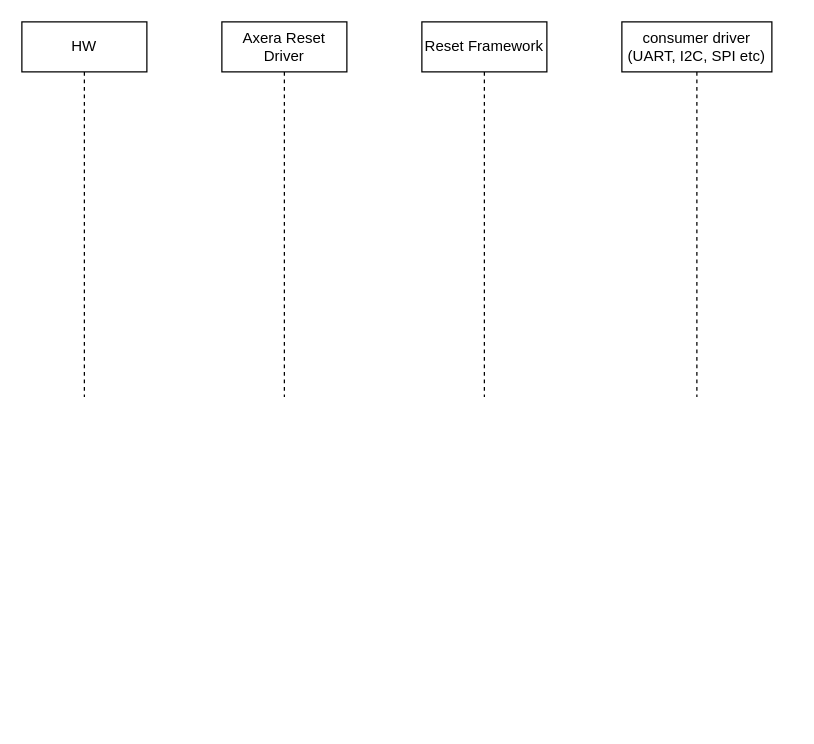
Above: drawio/reset_uml.drawio in chasinglulu/tools (draw.io), before the change. Source tidied: cells renumbered, new cells numbered last; positions are measured from the earlier drawing's top-left corner, leaving out a move shared by most shapes. Both pictures are drawn from the tidied source at 125%, with x=0, y=0 at pixel (21, 21).
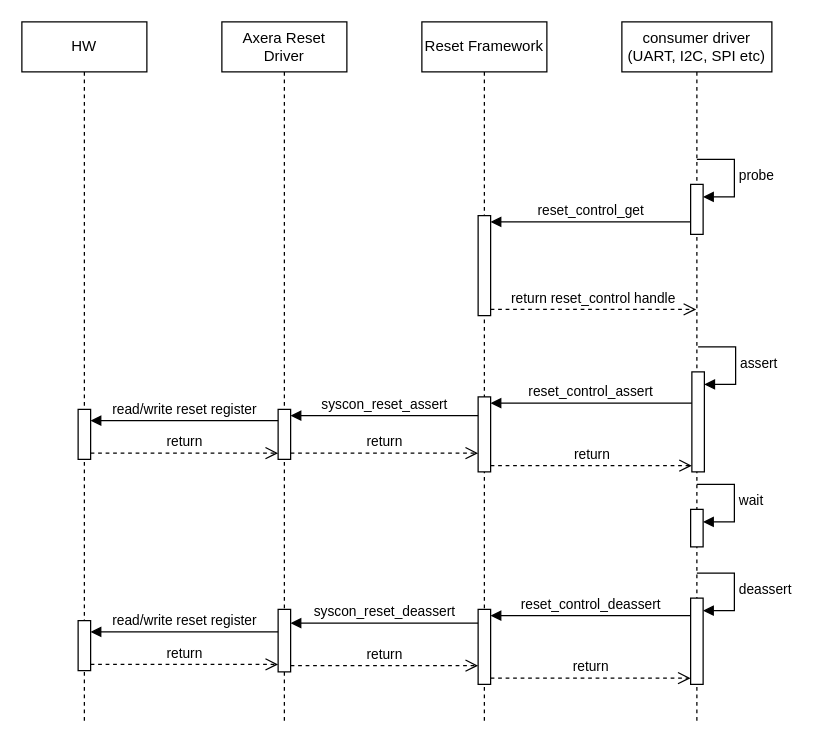
The same diagram, later.

What changed in the source:
```diff
@@
     <mxCell id="2" value="HW" style="shape=umlLifeline;perimeter=lifelinePerimeter;whiteSpace=wrap;html=1;newEdgeStyle={&quot;curved&quot;:0,&quot;rounded&quot;:0};" parent="1" vertex="1">
-      <mxGeometry width="100" height="300" as="geometry" />
+      <mxGeometry width="100" height="560" as="geometry" />
     </mxCell>
+    <mxCell id="6" style="html=1;points=[[0,0,0,0,5],[0,1,0,0,-5],[1,0,0,0,5],[1,1,0,0,-5]];perimeter=orthogonalPerimeter;outlineConnect=0;targetShapes=umlLifeline;portConstraint=eastwest;newEdgeStyle={&quot;curved&quot;:0,&quot;rounded&quot;:0};" parent="2" vertex="1">
+      <mxGeometry x="45" y="310" width="10" height="40" as="geometry" />
+    </mxCell>
     <mxCell id="3" value="Axera Reset Driver" style="shape=umlLifeline;perimeter=lifelinePerimeter;whiteSpace=wrap;html=1;newEdgeStyle={&quot;curved&quot;:0,&quot;rounded&quot;:0};" parent="1" vertex="1">
-      <mxGeometry x="160" width="100" height="300" as="geometry" />
+      <mxGeometry x="160" width="100" height="560" as="geometry" />
     </mxCell>
+    <mxCell id="7" style="html=1;points=[[0,0,0,0,5],[0,1,0,0,-5],[1,0,0,0,5],[1,1,0,0,-5]];perimeter=orthogonalPerimeter;outlineConnect=0;targetShapes=umlLifeline;portConstraint=eastwest;newEdgeStyle={&quot;curved&quot;:0,&quot;rounded&quot;:0};" parent="3" vertex="1">
+      <mxGeometry x="45" y="470" width="10" height="50" as="geometry" />
+    </mxCell>
     <mxCell id="4" value="Reset Framework" style="shape=umlLifeline;perimeter=lifelinePerimeter;whiteSpace=wrap;html=1;newEdgeStyle={&quot;curved&quot;:0,&quot;rounded&quot;:0};" parent="1" vertex="1">
-      <mxGeometry x="320" width="100" height="300" as="geometry" />
+      <mxGeometry x="320" width="100" height="560" as="geometry" />
     </mxCell>
+    <mxCell id="8" style="html=1;points=[[0,0,0,0,5],[0,1,0,0,-5],[1,0,0,0,5],[1,1,0,0,-5]];perimeter=orthogonalPerimeter;outlineConnect=0;targetShapes=umlLifeline;portConstraint=eastwest;newEdgeStyle={&quot;curved&quot;:0,&quot;rounded&quot;:0};" parent="4" vertex="1">
+      <mxGeometry x="45" y="155" width="10" height="80" as="geometry" />
+    </mxCell>
+    <mxCell id="9" style="html=1;points=[[0,0,0,0,5],[0,1,0,0,-5],[1,0,0,0,5],[1,1,0,0,-5]];perimeter=orthogonalPerimeter;outlineConnect=0;targetShapes=umlLifeline;portConstraint=eastwest;newEdgeStyle={&quot;curved&quot;:0,&quot;rounded&quot;:0};" parent="4" vertex="1">
+      <mxGeometry x="45" y="300" width="10" height="60" as="geometry" />
+    </mxCell>
+    <mxCell id="10" style="html=1;points=[[0,0,0,0,5],[0,1,0,0,-5],[1,0,0,0,5],[1,1,0,0,-5]];perimeter=orthogonalPerimeter;outlineConnect=0;targetShapes=umlLifeline;portConstraint=eastwest;newEdgeStyle={&quot;curved&quot;:0,&quot;rounded&quot;:0};" parent="4" vertex="1">
+      <mxGeometry x="45" y="470" width="10" height="60" as="geometry" />
+    </mxCell>
     <mxCell id="5" value="consumer driver&lt;div&gt;(UART, I2C, SPI etc&lt;span style=&quot;background-color: initial;&quot;&gt;)&lt;/span&gt;&lt;/div&gt;" style="shape=umlLifeline;perimeter=lifelinePerimeter;whiteSpace=wrap;html=1;outlineConnect=0;portConstraint=eastwest;newEdgeStyle={&quot;curved&quot;:0,&quot;rounded&quot;:0};" parent="1" vertex="1">
-      <mxGeometry x="480" width="120" height="300" as="geometry" />
+      <mxGeometry x="480" width="120" height="560" as="geometry" />
     </mxCell>
+    <mxCell id="11" style="html=1;points=[[0,0,0,0,5],[0,1,0,0,-5],[1,0,0,0,5],[1,1,0,0,-5]];perimeter=orthogonalPerimeter;outlineConnect=0;targetShapes=umlLifeline;portConstraint=eastwest;newEdgeStyle={&quot;curved&quot;:0,&quot;rounded&quot;:0};" parent="5" vertex="1">
+      <mxGeometry x="55" y="130" width="10" height="40" as="geometry" />
+    </mxCell>
+    <mxCell id="12" value="probe" style="html=1;align=left;spacingLeft=2;endArrow=block;rounded=0;edgeStyle=orthogonalEdgeStyle;curved=0;rounded=0;" parent="5" edge="1" target="11">
+      <mxGeometry relative="1" as="geometry">
+        <mxPoint x="60" y="110" as="sourcePoint" />
+        <Array as="points">
+          <mxPoint x="90" y="140" />
+        </Array>
+      </mxGeometry>
+    </mxCell>
+    <mxCell id="13" style="html=1;points=[[0,0,0,0,5],[0,1,0,0,-5],[1,0,0,0,5],[1,1,0,0,-5]];perimeter=orthogonalPerimeter;outlineConnect=0;targetShapes=umlLifeline;portConstraint=eastwest;newEdgeStyle={&quot;curved&quot;:0,&quot;rounded&quot;:0};" parent="5" vertex="1">
+      <mxGeometry x="56" y="280" width="10" height="80" as="geometry" />
+    </mxCell>
+    <mxCell id="14" value="assert" style="html=1;align=left;spacingLeft=2;endArrow=block;rounded=0;edgeStyle=orthogonalEdgeStyle;curved=0;rounded=0;" parent="5" edge="1" target="13">
+      <mxGeometry x="0.01" relative="1" as="geometry">
+        <mxPoint x="61" y="260" as="sourcePoint" />
+        <Array as="points">
+          <mxPoint x="91" y="290" />
+        </Array>
+      </mxGeometry>
+    </mxCell>
+    <mxCell id="15" style="html=1;points=[[0,0,0,0,5],[0,1,0,0,-5],[1,0,0,0,5],[1,1,0,0,-5]];perimeter=orthogonalPerimeter;outlineConnect=0;targetShapes=umlLifeline;portConstraint=eastwest;newEdgeStyle={&quot;curved&quot;:0,&quot;rounded&quot;:0};" parent="5" vertex="1">
+      <mxGeometry x="55" y="390" width="10" height="30" as="geometry" />
+    </mxCell>
+    <mxCell id="16" value="wait" style="html=1;align=left;spacingLeft=2;endArrow=block;rounded=0;edgeStyle=orthogonalEdgeStyle;curved=0;rounded=0;" parent="5" edge="1" target="15">
+      <mxGeometry relative="1" as="geometry">
+        <mxPoint x="60" y="370" as="sourcePoint" />
+        <Array as="points">
+          <mxPoint x="90" y="400" />
+        </Array>
+      </mxGeometry>
+    </mxCell>
+    <mxCell id="17" value="reset_control_get" style="html=1;verticalAlign=bottom;endArrow=block;curved=0;rounded=0;entryX=1;entryY=0;entryDx=0;entryDy=5;" parent="1" edge="1" source="11" target="8">
+      <mxGeometry relative="1" as="geometry" />
+    </mxCell>
+    <mxCell id="18" value="return reset_control handle" style="html=1;verticalAlign=bottom;endArrow=open;dashed=1;endSize=8;curved=0;rounded=0;exitX=1;exitY=1;exitDx=0;exitDy=-5;" parent="1" edge="1" source="8" target="5">
+      <mxGeometry relative="1" as="geometry" />
+    </mxCell>
+    <mxCell id="19" value="reset_control_assert" style="html=1;verticalAlign=bottom;endArrow=block;curved=0;rounded=0;entryX=1;entryY=0;entryDx=0;entryDy=5;" parent="1" edge="1" source="13" target="9">
+      <mxGeometry relative="1" as="geometry" />
+    </mxCell>
+    <mxCell id="20" style="html=1;points=[[0,0,0,0,5],[0,1,0,0,-5],[1,0,0,0,5],[1,1,0,0,-5]];perimeter=orthogonalPerimeter;outlineConnect=0;targetShapes=umlLifeline;portConstraint=eastwest;newEdgeStyle={&quot;curved&quot;:0,&quot;rounded&quot;:0};" parent="1" vertex="1">
+      <mxGeometry x="205" y="310" width="10" height="40" as="geometry" />
+    </mxCell>
+    <mxCell id="21" value="syscon_reset_assert" style="html=1;verticalAlign=bottom;endArrow=block;curved=0;rounded=0;entryX=1;entryY=0;entryDx=0;entryDy=5;" parent="1" edge="1" source="9" target="20">
+      <mxGeometry relative="1" as="geometry" />
+    </mxCell>
+    <mxCell id="22" value="return" style="html=1;verticalAlign=bottom;endArrow=open;dashed=1;endSize=8;curved=0;rounded=0;exitX=1;exitY=1;exitDx=0;exitDy=-5;" parent="1" edge="1" source="20" target="9">
+      <mxGeometry relative="1" as="geometry" />
+    </mxCell>
+    <mxCell id="23" value="return" style="html=1;verticalAlign=bottom;endArrow=open;dashed=1;endSize=8;curved=0;rounded=0;exitX=1;exitY=1;exitDx=0;exitDy=-5;entryX=0;entryY=1;entryDx=0;entryDy=-5;entryPerimeter=0;" parent="1" edge="1" source="9" target="13">
+      <mxGeometry relative="1" as="geometry" />
+    </mxCell>
+    <mxCell id="24" value="return" style="html=1;verticalAlign=bottom;endArrow=open;dashed=1;endSize=8;curved=0;rounded=0;exitX=1;exitY=1;exitDx=0;exitDy=-5;" parent="1" edge="1" source="6" target="20">
+      <mxGeometry relative="1" as="geometry" />
+    </mxCell>
+    <mxCell id="25" value="read/write reset register" style="html=1;verticalAlign=bottom;endArrow=block;curved=0;rounded=0;entryX=1;entryY=0;entryDx=0;entryDy=5;exitX=0;exitY=0;exitDx=0;exitDy=5;exitPerimeter=0;" parent="1" edge="1">
+      <mxGeometry relative="1" as="geometry">
+        <mxPoint x="205" y="319" as="sourcePoint" />
+        <mxPoint x="55" y="319" as="targetPoint" />
+      </mxGeometry>
+    </mxCell>
+    <mxCell id="26" style="html=1;points=[[0,0,0,0,5],[0,1,0,0,-5],[1,0,0,0,5],[1,1,0,0,-5]];perimeter=orthogonalPerimeter;outlineConnect=0;targetShapes=umlLifeline;portConstraint=eastwest;newEdgeStyle={&quot;curved&quot;:0,&quot;rounded&quot;:0};" parent="1" vertex="1">
+      <mxGeometry x="535" y="461" width="10" height="69" as="geometry" />
+    </mxCell>
+    <mxCell id="27" value="deassert" style="html=1;align=left;spacingLeft=2;endArrow=block;rounded=0;edgeStyle=orthogonalEdgeStyle;curved=0;rounded=0;" parent="1" edge="1" target="26">
+      <mxGeometry relative="1" as="geometry">
+        <mxPoint x="540" y="441" as="sourcePoint" />
+        <Array as="points">
+          <mxPoint x="570" y="471" />
+        </Array>
+      </mxGeometry>
+    </mxCell>
+    <mxCell id="28" value="reset_control_deassert" style="html=1;verticalAlign=bottom;endArrow=block;curved=0;rounded=0;entryX=1;entryY=0;entryDx=0;entryDy=5;" parent="1" edge="1" source="26" target="10">
+      <mxGeometry relative="1" as="geometry" />
+    </mxCell>
+    <mxCell id="29" value="return" style="html=1;verticalAlign=bottom;endArrow=open;dashed=1;endSize=8;curved=0;rounded=0;exitX=1;exitY=1;exitDx=0;exitDy=-5;" parent="1" edge="1" source="10" target="26">
+      <mxGeometry relative="1" as="geometry" />
+    </mxCell>
+    <mxCell id="30" value="syscon_reset_deassert" style="html=1;verticalAlign=bottom;endArrow=block;curved=0;rounded=0;entryX=1;entryY=0;entryDx=0;entryDy=5;" parent="1" edge="1" source="10">
+      <mxGeometry relative="1" as="geometry">
+        <mxPoint x="215" y="481" as="targetPoint" />
+      </mxGeometry>
+    </mxCell>
+    <mxCell id="31" value="return" style="html=1;verticalAlign=bottom;endArrow=open;dashed=1;endSize=8;curved=0;rounded=0;exitX=1;exitY=1;exitDx=0;exitDy=-5;" parent="1" edge="1" source="7" target="10">
+      <mxGeometry relative="1" as="geometry" />
+    </mxCell>
+    <mxCell id="32" style="html=1;points=[[0,0,0,0,5],[0,1,0,0,-5],[1,0,0,0,5],[1,1,0,0,-5]];perimeter=orthogonalPerimeter;outlineConnect=0;targetShapes=umlLifeline;portConstraint=eastwest;newEdgeStyle={&quot;curved&quot;:0,&quot;rounded&quot;:0};" parent="1" vertex="1">
+      <mxGeometry x="45" y="479" width="10" height="40" as="geometry" />
+    </mxCell>
+    <mxCell id="33" value="return" style="html=1;verticalAlign=bottom;endArrow=open;dashed=1;endSize=8;curved=0;rounded=0;exitX=1;exitY=1;exitDx=0;exitDy=-5;" parent="1" edge="1" source="32">
+      <mxGeometry relative="1" as="geometry">
+        <mxPoint x="205" y="514" as="targetPoint" />
+      </mxGeometry>
+    </mxCell>
+    <mxCell id="34" value="read/write reset register" style="html=1;verticalAlign=bottom;endArrow=block;curved=0;rounded=0;entryX=1;entryY=0;entryDx=0;entryDy=5;exitX=0;exitY=0;exitDx=0;exitDy=5;exitPerimeter=0;" parent="1" edge="1">
+      <mxGeometry relative="1" as="geometry">
+        <mxPoint x="205" y="488" as="sourcePoint" />
+        <mxPoint x="55" y="488" as="targetPoint" />
+      </mxGeometry>
+    </mxCell>
```
